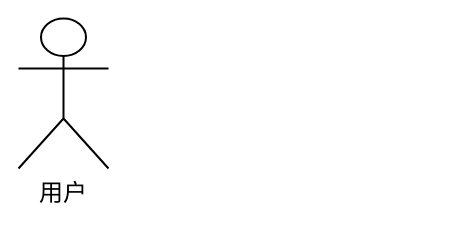
Above: 未命名绘图.drawio in Yaozongbin0828/UMLetDraw (draw.io), before the change. Source tidied: cells renumbered, new cells numbered last; positions are measured from the earlier drawing's top-left corner, leaving out a move shared by most shapes. Both pictures are drawn from the tidied source at 100%, with x=0, y=0 at pixel (18, 18).
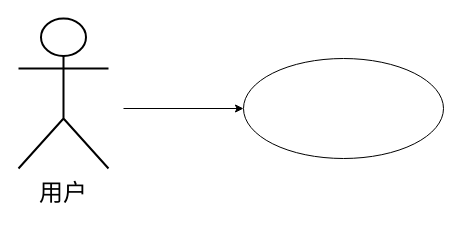
After the change.

Commit message (it also covers changes not shown here):
更新未命名绘图.drawio

The edit, as a diff of the source:
```diff
@@
 <mxGraphModel>
   <root>
     <mxCell id="0" />
     <mxCell id="1" parent="0" />
     <mxCell id="2" style="shape=umlActor;verticalLabelPosition=bottom;verticalAlign=top;html=1;strokeWidth=2;" parent="1" vertex="1">
       <mxGeometry width="90" height="150" as="geometry" />
     </mxCell>
     <mxCell id="3" value="&lt;font style=&quot;font-size: 24px;&quot;&gt;用户&lt;/font&gt;" style="text;html=1;align=center;verticalAlign=middle;whiteSpace=wrap;rounded=0;" parent="1" vertex="1">
       <mxGeometry x="15" y="160" width="60" height="30" as="geometry" />
     </mxCell>
+    <mxCell id="4" style="endArrow=classic;html=1;rounded=0;" parent="1" edge="1">
+      <mxGeometry relative="1" as="geometry">
+        <mxPoint x="105" y="90" as="sourcePoint" />
+        <mxPoint x="225" y="90" as="targetPoint" />
+      </mxGeometry>
+    </mxCell>
+    <mxCell id="5" style="ellipse;whiteSpace=wrap;html=1;" parent="1" vertex="1">
+      <mxGeometry x="225" y="40" width="200" height="100" as="geometry" />
+    </mxCell>
   </root>
 </mxGraphModel>
```
